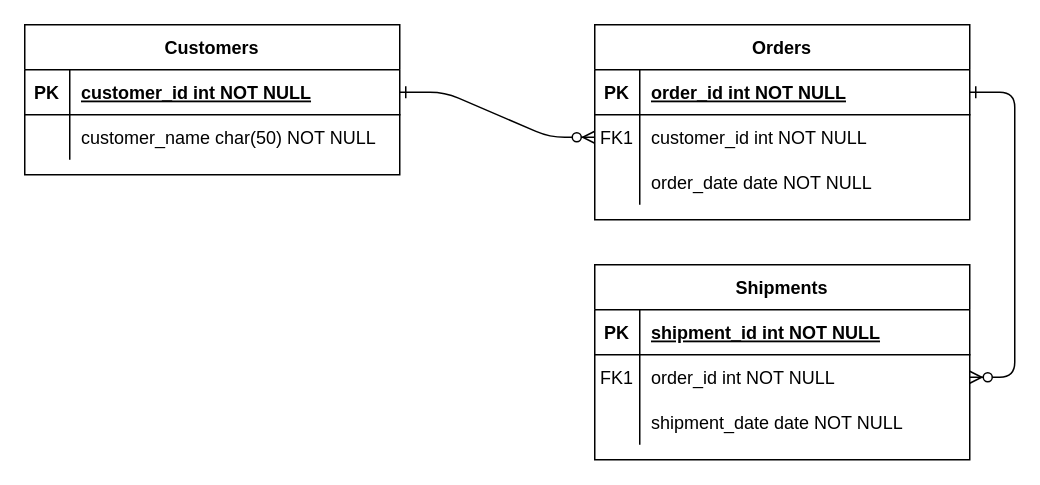
This is Untitled Diagram.drawio from DiazRock/drones-musala, a draw.io file, before an edit. Source tidied: cells renumbered, new cells numbered last; positions are measured from the earlier drawing's top-left corner, leaving out a move shared by most shapes. Both pictures are drawn from the tidied source at 150%, with x=0, y=0 at pixel (24, 24).
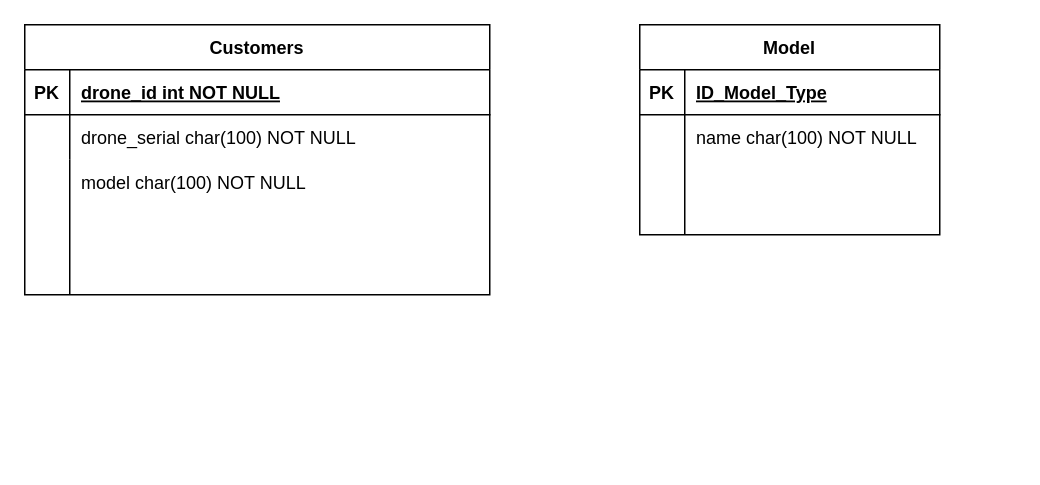
The same diagram, later.

Diff of the diagram source:
```diff
@@
-    <mxCell id="2" style="edgeStyle=entityRelationEdgeStyle;endArrow=ERzeroToMany;startArrow=ERone;endFill=1;startFill=0;" parent="1" edge="1" source="25" target="8">
-      <mxGeometry relative="1" as="geometry" />
-    </mxCell>
-    <mxCell id="3" style="edgeStyle=entityRelationEdgeStyle;endArrow=ERzeroToMany;startArrow=ERone;endFill=1;startFill=0;" parent="1" edge="1" source="5" target="18">
-      <mxGeometry relative="1" as="geometry" />
-    </mxCell>
-    <mxCell id="4" value="Orders" style="shape=table;startSize=30;childLayout=tableLayout;rowLines=0;fontStyle=1;align=center;" parent="1" vertex="1">
-      <mxGeometry x="380" width="250" height="130" as="geometry" />
-    </mxCell>
-    <mxCell id="5" style="shape=partialRectangle;fillColor=none;points=[[0,0.5],[1,0.5]];portConstraint=eastwest;top=0;left=0;right=0;bottom=1;" parent="4" vertex="1">
-      <mxGeometry y="30" width="250" height="30" as="geometry" />
-    </mxCell>
-    <mxCell id="6" value="PK" style="shape=partialRectangle;overflow=hidden;fillColor=none;top=0;left=0;bottom=0;right=0;fontStyle=1;" parent="5" vertex="1">
-      <mxGeometry width="30" height="30" as="geometry" />
-    </mxCell>
-    <mxCell id="7" value="order_id int NOT NULL " style="shape=partialRectangle;overflow=hidden;fillColor=none;top=0;left=0;bottom=0;right=0;align=left;spacingLeft=6;fontStyle=5;" parent="5" vertex="1">
-      <mxGeometry x="30" width="220" height="30" as="geometry" />
-    </mxCell>
-    <mxCell id="8" style="shape=partialRectangle;fillColor=none;points=[[0,0.5],[1,0.5]];portConstraint=eastwest;top=0;left=0;right=0;bottom=0;" parent="4" vertex="1">
-      <mxGeometry y="60" width="250" height="30" as="geometry" />
-    </mxCell>
-    <mxCell id="9" value="FK1" style="shape=partialRectangle;overflow=hidden;fillColor=none;top=0;left=0;bottom=0;right=0;" parent="8" vertex="1">
-      <mxGeometry width="30" height="30" as="geometry" />
-    </mxCell>
-    <mxCell id="10" value="customer_id int NOT NULL" style="shape=partialRectangle;overflow=hidden;fillColor=none;top=0;left=0;bottom=0;right=0;align=left;spacingLeft=6;" parent="8" vertex="1">
-      <mxGeometry x="30" width="220" height="30" as="geometry" />
-    </mxCell>
-    <mxCell id="11" style="shape=partialRectangle;fillColor=none;top=0;left=0;right=0;bottom=0;" parent="4" vertex="1">
-      <mxGeometry y="90" width="250" height="30" as="geometry" />
-    </mxCell>
-    <mxCell id="12" style="shape=partialRectangle;overflow=hidden;fillColor=none;top=0;left=0;bottom=0;right=0;" parent="11" vertex="1">
-      <mxGeometry width="30" height="30" as="geometry" />
-    </mxCell>
-    <mxCell id="13" value="order_date date NOT NULL" style="shape=partialRectangle;overflow=hidden;fillColor=none;top=0;left=0;bottom=0;right=0;align=left;spacingLeft=6;" parent="11" vertex="1">
-      <mxGeometry x="30" width="220" height="30" as="geometry" />
-    </mxCell>
-    <mxCell id="14" value="Shipments" style="shape=table;startSize=30;childLayout=tableLayout;rowLines=0;fontStyle=1;align=center;" parent="1" vertex="1">
-      <mxGeometry x="380" y="160" width="250" height="130" as="geometry" />
-    </mxCell>
-    <mxCell id="15" style="shape=partialRectangle;fillColor=none;top=0;left=0;right=0;bottom=1;" parent="14" vertex="1">
-      <mxGeometry y="30" width="250" height="30" as="geometry" />
-    </mxCell>
-    <mxCell id="16" value="PK" style="shape=partialRectangle;overflow=hidden;fillColor=none;top=0;left=0;bottom=0;right=0;fontStyle=1;" parent="15" vertex="1">
-      <mxGeometry width="30" height="30" as="geometry" />
-    </mxCell>
-    <mxCell id="17" value="shipment_id int NOT NULL " style="shape=partialRectangle;overflow=hidden;fillColor=none;top=0;left=0;bottom=0;right=0;align=left;spacingLeft=6;fontStyle=5;" parent="15" vertex="1">
-      <mxGeometry x="30" width="220" height="30" as="geometry" />
-    </mxCell>
-    <mxCell id="18" style="shape=partialRectangle;fillColor=none;points=[[0,0.5],[1,0.5]];portConstraint=eastwest;top=0;left=0;right=0;bottom=0;" parent="14" vertex="1">
-      <mxGeometry y="60" width="250" height="30" as="geometry" />
-    </mxCell>
-    <mxCell id="19" value="FK1" style="shape=partialRectangle;overflow=hidden;fillColor=none;top=0;left=0;bottom=0;right=0;" parent="18" vertex="1">
-      <mxGeometry width="30" height="30" as="geometry" />
-    </mxCell>
-    <mxCell id="20" value="order_id int NOT NULL" style="shape=partialRectangle;overflow=hidden;fillColor=none;top=0;left=0;bottom=0;right=0;align=left;spacingLeft=6;" parent="18" vertex="1">
-      <mxGeometry x="30" width="220" height="30" as="geometry" />
-    </mxCell>
-    <mxCell id="21" style="shape=partialRectangle;fillColor=none;top=0;left=0;right=0;bottom=0;" parent="14" vertex="1">
-      <mxGeometry y="90" width="250" height="30" as="geometry" />
-    </mxCell>
-    <mxCell id="22" style="shape=partialRectangle;overflow=hidden;fillColor=none;top=0;left=0;bottom=0;right=0;" parent="21" vertex="1">
-      <mxGeometry width="30" height="30" as="geometry" />
-    </mxCell>
-    <mxCell id="23" value="shipment_date date NOT NULL" style="shape=partialRectangle;overflow=hidden;fillColor=none;top=0;left=0;bottom=0;right=0;align=left;spacingLeft=6;" parent="21" vertex="1">
-      <mxGeometry x="30" width="220" height="30" as="geometry" />
-    </mxCell>
     <mxCell id="24" value="Customers" style="shape=table;startSize=30;childLayout=tableLayout;rowLines=0;fontStyle=1;align=center;" parent="1" vertex="1">
-      <mxGeometry width="250" height="100" as="geometry" />
+      <mxGeometry width="310" height="180" as="geometry" />
     </mxCell>
     <mxCell id="25" style="shape=partialRectangle;fillColor=none;points=[[0,0.5],[1,0.5]];portConstraint=eastwest;top=0;left=0;right=0;bottom=1;" parent="24" vertex="1">
-      <mxGeometry y="30" width="250" height="30" as="geometry" />
+      <mxGeometry y="30" width="310" height="30" as="geometry" />
     </mxCell>
@@
-    <mxCell id="27" value="customer_id int NOT NULL " style="shape=partialRectangle;overflow=hidden;fillColor=none;top=0;left=0;bottom=0;right=0;align=left;spacingLeft=6;fontStyle=5;" parent="25" vertex="1">
-      <mxGeometry x="30" width="220" height="30" as="geometry" />
+    <mxCell id="27" value="drone_id int NOT NULL " style="shape=partialRectangle;overflow=hidden;fillColor=none;top=0;left=0;bottom=0;right=0;align=left;spacingLeft=6;fontStyle=5;" parent="25" vertex="1">
+      <mxGeometry x="30" width="280" height="30" as="geometry" />
     </mxCell>
     <mxCell id="28" style="shape=partialRectangle;fillColor=none;top=0;left=0;right=0;bottom=0;" parent="24" vertex="1">
-      <mxGeometry y="60" width="250" height="30" as="geometry" />
+      <mxGeometry y="60" width="310" height="30" as="geometry" />
     </mxCell>
@@
-    <mxCell id="30" value="customer_name char(50) NOT NULL" style="shape=partialRectangle;overflow=hidden;fillColor=none;top=0;left=0;bottom=0;right=0;align=left;spacingLeft=6;" parent="28" vertex="1">
-      <mxGeometry x="30" width="220" height="30" as="geometry" />
+    <mxCell id="30" value="drone_serial char(100) NOT NULL" style="shape=partialRectangle;overflow=hidden;fillColor=none;top=0;left=0;bottom=0;right=0;align=left;spacingLeft=6;" parent="28" vertex="1">
+      <mxGeometry x="30" width="280" height="30" as="geometry" />
     </mxCell>
+    <mxCell id="31" style="endArrow=none;html=1;rounded=0;" parent="1" edge="1">
+      <mxGeometry relative="1" as="geometry">
+        <mxPoint x="30" y="180" as="sourcePoint" />
+        <mxPoint x="30" y="90" as="targetPoint" />
+        <Array as="points">
+          <mxPoint x="30" y="120" />
+        </Array>
+      </mxGeometry>
+    </mxCell>
+    <mxCell id="32" value="model char(100) NOT NULL" style="shape=partialRectangle;overflow=hidden;fillColor=none;top=0;left=0;bottom=0;right=0;align=left;spacingLeft=6;" parent="1" vertex="1">
+      <mxGeometry x="30" y="90" width="280" height="30" as="geometry" />
+    </mxCell>
+    <mxCell id="33" value="Model" style="shape=table;startSize=30;childLayout=tableLayout;rowLines=0;fontStyle=1;align=center;" parent="1" vertex="1">
+      <mxGeometry x="410" width="200" height="140" as="geometry" />
+    </mxCell>
+    <mxCell id="34" style="shape=tableRow;horizontal=0;startSize=0;swimlaneHead=0;swimlaneBody=0;fillColor=none;top=0;left=0;right=0;bottom=1;" parent="33" vertex="1">
+      <mxGeometry y="30" width="200" height="30" as="geometry" />
+    </mxCell>
+    <mxCell id="35" value="PK" style="shape=partialRectangle;fillColor=none;top=0;left=0;bottom=0;right=0;fontStyle=1;overflow=hidden;" parent="34" vertex="1">
+      <mxGeometry width="30" height="30" as="geometry" />
+    </mxCell>
+    <mxCell id="36" value="ID_Model_Type" style="shape=partialRectangle;fillColor=none;top=0;left=0;bottom=0;right=0;align=left;spacingLeft=6;fontStyle=5;overflow=hidden;" parent="34" vertex="1">
+      <mxGeometry x="30" width="170" height="30" as="geometry" />
+    </mxCell>
+    <mxCell id="37" style="shape=tableRow;horizontal=0;startSize=0;swimlaneHead=0;swimlaneBody=0;fillColor=none;top=0;left=0;right=0;bottom=0;" parent="33" vertex="1">
+      <mxGeometry y="60" width="200" height="30" as="geometry" />
+    </mxCell>
+    <mxCell id="38" style="shape=partialRectangle;fillColor=none;top=0;left=0;bottom=0;right=0;overflow=hidden;" parent="37" vertex="1">
+      <mxGeometry width="30" height="30" as="geometry" />
+    </mxCell>
+    <mxCell id="39" value="name char(100) NOT NULL" style="shape=partialRectangle;fillColor=none;top=0;left=0;bottom=0;right=0;align=left;spacingLeft=6;overflow=hidden;" parent="37" vertex="1">
+      <mxGeometry x="30" width="170" height="30" as="geometry" />
+    </mxCell>
+    <mxCell id="40" style="shape=tableRow;horizontal=0;startSize=0;swimlaneHead=0;swimlaneBody=0;fillColor=none;top=0;left=0;right=0;bottom=0;" parent="33" vertex="1">
+      <mxGeometry y="90" width="200" height="30" as="geometry" />
+    </mxCell>
+    <mxCell id="41" style="shape=partialRectangle;fillColor=none;top=0;left=0;bottom=0;right=0;overflow=hidden;" parent="40" vertex="1">
+      <mxGeometry width="30" height="30" as="geometry" />
+    </mxCell>
+    <mxCell id="42" style="shape=partialRectangle;fillColor=none;top=0;left=0;bottom=0;right=0;align=left;spacingLeft=6;overflow=hidden;" parent="40" vertex="1">
+      <mxGeometry x="30" width="170" height="30" as="geometry" />
+    </mxCell>
+    <mxCell id="43" style="shape=tableRow;horizontal=0;startSize=0;swimlaneHead=0;swimlaneBody=0;fillColor=none;top=0;left=0;right=0;bottom=0;" parent="33" vertex="1">
+      <mxGeometry y="120" width="200" height="20" as="geometry" />
+    </mxCell>
+    <mxCell id="44" style="shape=partialRectangle;fillColor=none;top=0;left=0;bottom=0;right=0;overflow=hidden;" parent="43" vertex="1">
+      <mxGeometry width="30" height="20" as="geometry" />
+    </mxCell>
+    <mxCell id="45" style="shape=partialRectangle;fillColor=none;top=0;left=0;bottom=0;right=0;align=left;spacingLeft=6;overflow=hidden;" parent="43" vertex="1">
+      <mxGeometry x="30" width="170" height="20" as="geometry" />
+    </mxCell>
```
